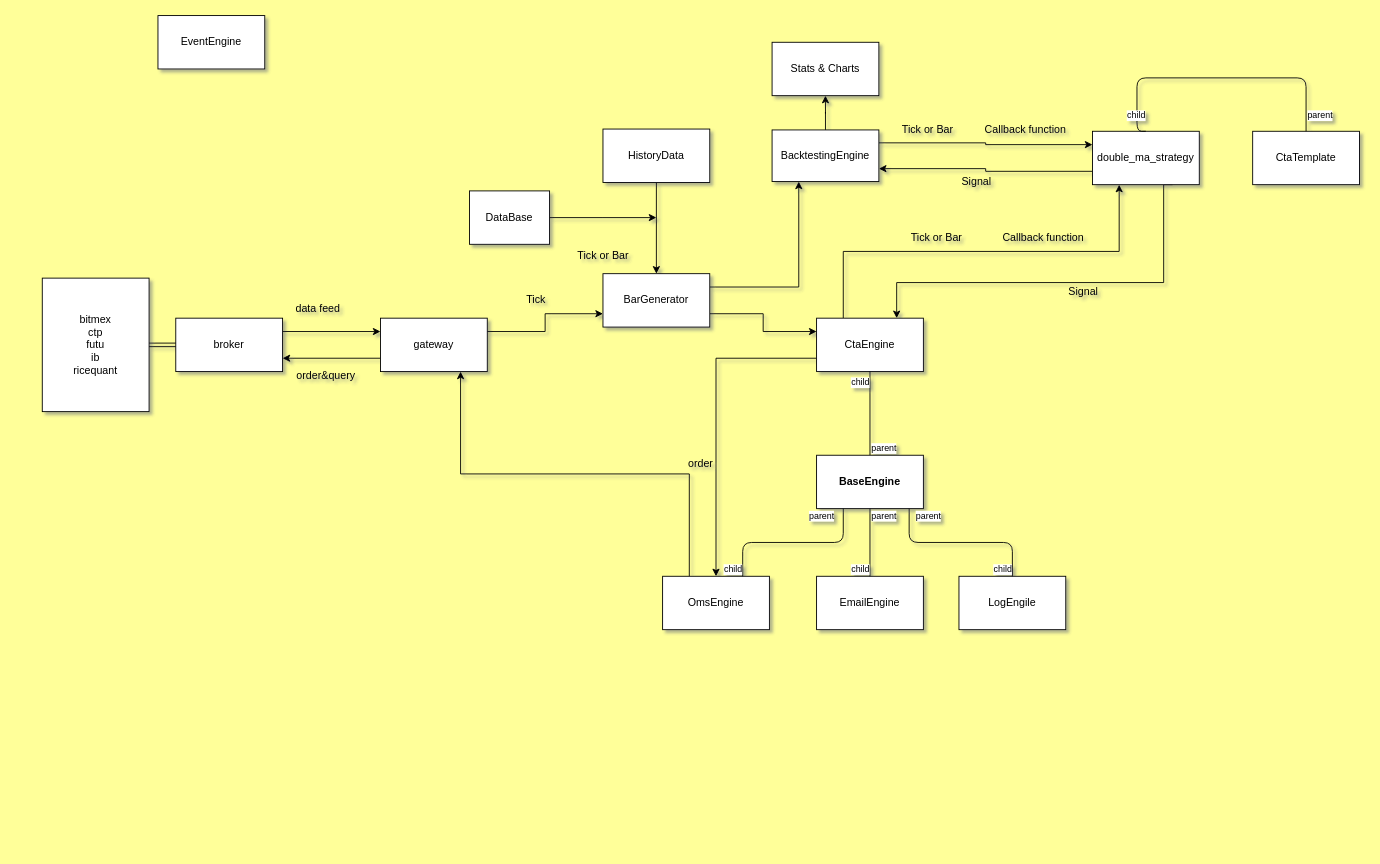
The draw.io diagram page "Page-1" (1 of 2) of Untitled Diagram.drawio in ajmal017/vnpy_overview, before the edit. Source tidied: cells renumbered, new cells numbered last; positions are measured from the earlier drawing's top-left corner, leaving out a move shared by most shapes. Both pictures are drawn from the tidied source at 89%, with x=0, y=0 at pixel (42, 15).
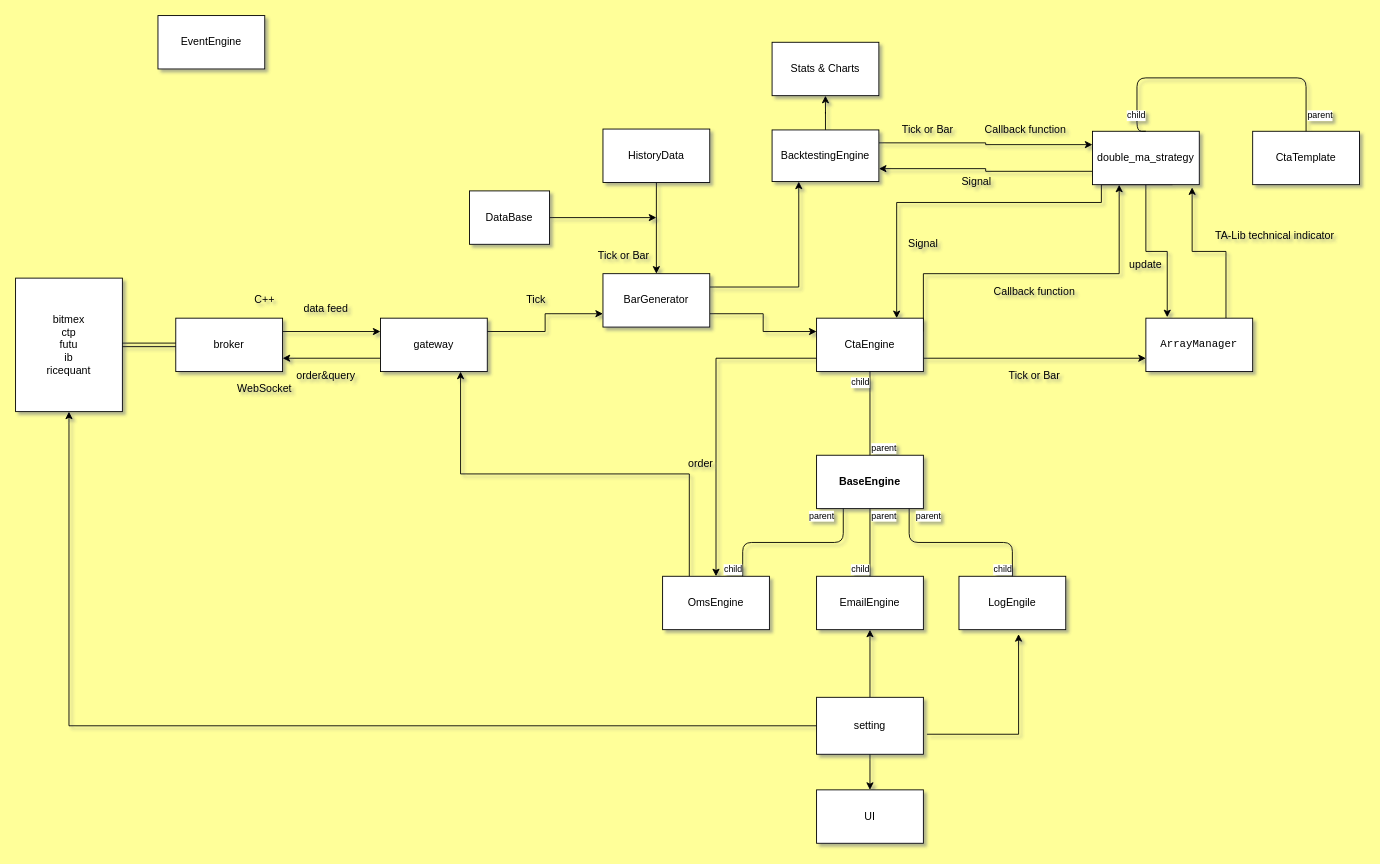
Above is the later version.

Unchanged cells that the change refers to:
```xml
<mxCell id="12" value="CtaEngine" style="rounded=0;whiteSpace=wrap;html=1;" parent="1" vertex="1">
  <mxGeometry x="870" y="340" width="120" height="60" as="geometry" />
</mxCell>
<mxCell id="15" value="double_ma_strategy" style="rounded=0;whiteSpace=wrap;html=1;" parent="1" vertex="1">
  <mxGeometry x="1180" y="130" width="120" height="60" as="geometry" />
</mxCell>
<mxCell id="40" value="EmailEngine" style="rounded=0;whiteSpace=wrap;html=1;" parent="1" vertex="1">
  <mxGeometry x="870" y="630" width="120" height="60" as="geometry" />
</mxCell>
<mxCell id="43" value="LogEngile" style="rounded=0;whiteSpace=wrap;html=1;" parent="1" vertex="1">
  <mxGeometry x="1030" y="630" width="120" height="60" as="geometry" />
</mxCell>
```

The edit, as a diff of the source:
```diff
@@
     <mxCell id="7" value="bitmex&lt;br&gt;ctp&lt;br&gt;futu&lt;br&gt;ib&lt;br&gt;ricequant&lt;br&gt;" style="rounded=0;whiteSpace=wrap;html=1;" parent="1" vertex="1">
-      <mxGeometry y="295" width="120" height="150" as="geometry" />
+      <mxGeometry x="-30" y="295" width="120" height="150" as="geometry" />
     </mxCell>
     <mxCell id="8" value="data feed" style="text;html=1;strokeColor=none;fillColor=none;align=center;verticalAlign=middle;whiteSpace=wrap;rounded=0;" parent="1" vertex="1">
-      <mxGeometry x="280" y="310" width="60" height="40" as="geometry" />
+      <mxGeometry x="289" y="310" width="60" height="40" as="geometry" />
     </mxCell>
@@
-    <mxCell id="11" style="edgeStyle=orthogonalEdgeStyle;rounded=0;jettySize=auto;html=1;exitX=0.25;exitY=0;exitDx=0;exitDy=0;entryX=0.25;entryY=1;entryDx=0;entryDy=0;" parent="1" edge="1" source="12" target="15">
-      <mxGeometry relative="1" as="geometry" />
+    <mxCell id="11" style="edgeStyle=orthogonalEdgeStyle;rounded=0;jettySize=auto;html=1;exitX=1;exitY=0.25;exitDx=0;exitDy=0;entryX=0.25;entryY=1;entryDx=0;entryDy=0;" parent="1" edge="1" source="12" target="15">
+      <mxGeometry relative="1" as="geometry">
+        <Array as="points">
+          <mxPoint x="990" y="290" />
+          <mxPoint x="1210" y="290" />
+        </Array>
+      </mxGeometry>
     </mxCell>
+    <mxCell id="59" style="edgeStyle=orthogonalEdgeStyle;rounded=0;jettySize=auto;html=1;exitX=1;exitY=0.75;exitDx=0;exitDy=0;entryX=0;entryY=0.75;entryDx=0;entryDy=0;" parent="1" edge="1" source="12" target="69">
+      <mxGeometry relative="1" as="geometry" />
+    </mxCell>
@@
     <mxCell id="13" style="edgeStyle=orthogonalEdgeStyle;rounded=0;jettySize=auto;html=1;exitX=0.75;exitY=1;exitDx=0;exitDy=0;entryX=0.75;entryY=0;entryDx=0;entryDy=0;" parent="1" edge="1" source="15" target="12">
       <mxGeometry relative="1" as="geometry">
         <Array as="points">
-          <mxPoint x="1260" y="300" />
-          <mxPoint x="960" y="300" />
+          <mxPoint x="1190" y="190" />
+          <mxPoint x="1190" y="210" />
+          <mxPoint x="960" y="210" />
         </Array>
       </mxGeometry>
     </mxCell>
@@
+    <mxCell id="60" style="edgeStyle=orthogonalEdgeStyle;rounded=0;jettySize=auto;html=1;exitX=0.5;exitY=1;exitDx=0;exitDy=0;entryX=0.2;entryY=-0.017;entryDx=0;entryDy=0;entryPerimeter=0;" parent="1" edge="1" source="15" target="69">
+      <mxGeometry relative="1" as="geometry" />
+    </mxCell>
@@
     <mxCell id="18" value="Signal" style="text;html=1;strokeColor=none;fillColor=none;align=center;verticalAlign=middle;whiteSpace=wrap;rounded=0;" parent="1" vertex="1">
-      <mxGeometry x="1150" y="300" width="40" height="20" as="geometry" />
+      <mxGeometry x="970" y="247" width="40" height="20" as="geometry" />
     </mxCell>
     <mxCell id="19" value="Tick or Bar" style="text;html=1;strokeColor=none;fillColor=none;align=center;verticalAlign=middle;whiteSpace=wrap;rounded=0;" parent="1" vertex="1">
-      <mxGeometry x="586.5" y="260" width="87" height="20" as="geometry" />
+      <mxGeometry x="610" y="260" width="87" height="20" as="geometry" />
     </mxCell>
@@
     <mxCell id="54" value="Callback function" style="text;html=1;strokeColor=none;fillColor=none;align=center;verticalAlign=middle;whiteSpace=wrap;rounded=0;" parent="1" vertex="1">
-      <mxGeometry x="1070" y="240" width="110" height="20" as="geometry" />
+      <mxGeometry x="1060" y="300" width="110" height="20" as="geometry" />
     </mxCell>
     <mxCell id="55" value="Tick or Bar" style="text;html=1;strokeColor=none;fillColor=none;align=center;verticalAlign=middle;whiteSpace=wrap;rounded=0;" parent="1" vertex="1">
-      <mxGeometry x="960" y="240" width="90" height="20" as="geometry" />
+      <mxGeometry x="1070" y="395" width="90" height="20" as="geometry" />
     </mxCell>
@@
+    <mxCell id="61" value="C++" style="text;html=1;strokeColor=none;fillColor=none;align=center;verticalAlign=middle;whiteSpace=wrap;rounded=0;" parent="1" vertex="1">
+      <mxGeometry x="230" y="310" width="40" height="20" as="geometry" />
+    </mxCell>
+    <mxCell id="62" value="WebSocket" style="text;html=1;strokeColor=none;fillColor=none;align=center;verticalAlign=middle;whiteSpace=wrap;rounded=0;" parent="1" vertex="1">
+      <mxGeometry x="230" y="410" width="40" height="20" as="geometry" />
+    </mxCell>
+    <mxCell id="63" style="edgeStyle=orthogonalEdgeStyle;rounded=0;jettySize=auto;html=1;exitX=0.5;exitY=0;exitDx=0;exitDy=0;entryX=0.5;entryY=1;entryDx=0;entryDy=0;" parent="1" edge="1" source="67" target="40">
+      <mxGeometry relative="1" as="geometry" />
+    </mxCell>
+    <mxCell id="64" style="edgeStyle=orthogonalEdgeStyle;rounded=0;jettySize=auto;html=1;exitX=1.033;exitY=0.648;exitDx=0;exitDy=0;entryX=0.558;entryY=1.083;entryDx=0;entryDy=0;entryPerimeter=0;exitPerimeter=0;" parent="1" edge="1" source="67" target="43">
+      <mxGeometry relative="1" as="geometry" />
+    </mxCell>
+    <mxCell id="65" style="edgeStyle=orthogonalEdgeStyle;rounded=0;jettySize=auto;html=1;exitX=0;exitY=0.5;exitDx=0;exitDy=0;" parent="1" edge="1" source="67" target="7">
+      <mxGeometry relative="1" as="geometry" />
+    </mxCell>
+    <mxCell id="66" style="edgeStyle=orthogonalEdgeStyle;rounded=0;jettySize=auto;html=1;exitX=0.5;exitY=1;exitDx=0;exitDy=0;entryX=0.5;entryY=0;entryDx=0;entryDy=0;" parent="1" edge="1" source="67" target="72">
+      <mxGeometry relative="1" as="geometry" />
+    </mxCell>
+    <mxCell id="67" value="setting&lt;br&gt;" style="rounded=0;whiteSpace=wrap;html=1;" parent="1" vertex="1">
+      <mxGeometry x="870" y="766" width="120" height="64" as="geometry" />
+    </mxCell>
+    <mxCell id="68" style="edgeStyle=orthogonalEdgeStyle;rounded=0;jettySize=auto;html=1;exitX=0.75;exitY=0;exitDx=0;exitDy=0;entryX=0.933;entryY=1.05;entryDx=0;entryDy=0;entryPerimeter=0;" parent="1" edge="1" source="69" target="15">
+      <mxGeometry relative="1" as="geometry" />
+    </mxCell>
+    <mxCell id="69" value="&lt;pre&gt;ArrayManager&lt;/pre&gt;" style="rounded=0;whiteSpace=wrap;html=1;" parent="1" vertex="1">
+      <mxGeometry x="1240" y="340" width="120" height="60" as="geometry" />
+    </mxCell>
+    <mxCell id="70" value="update&lt;br&gt;" style="text;html=1;strokeColor=none;fillColor=none;align=center;verticalAlign=middle;whiteSpace=wrap;rounded=0;" parent="1" vertex="1">
+      <mxGeometry x="1220" y="270" width="40" height="20" as="geometry" />
+    </mxCell>
+    <mxCell id="71" value="TA-Lib technical indicator" style="text;html=1;strokeColor=none;fillColor=none;align=center;verticalAlign=middle;whiteSpace=wrap;rounded=0;" parent="1" vertex="1">
+      <mxGeometry x="1300" y="237" width="170" height="20" as="geometry" />
+    </mxCell>
+    <mxCell id="72" value="UI" style="rounded=0;whiteSpace=wrap;html=1;" parent="1" vertex="1">
+      <mxGeometry x="870" y="870" width="120" height="60" as="geometry" />
+    </mxCell>
```
